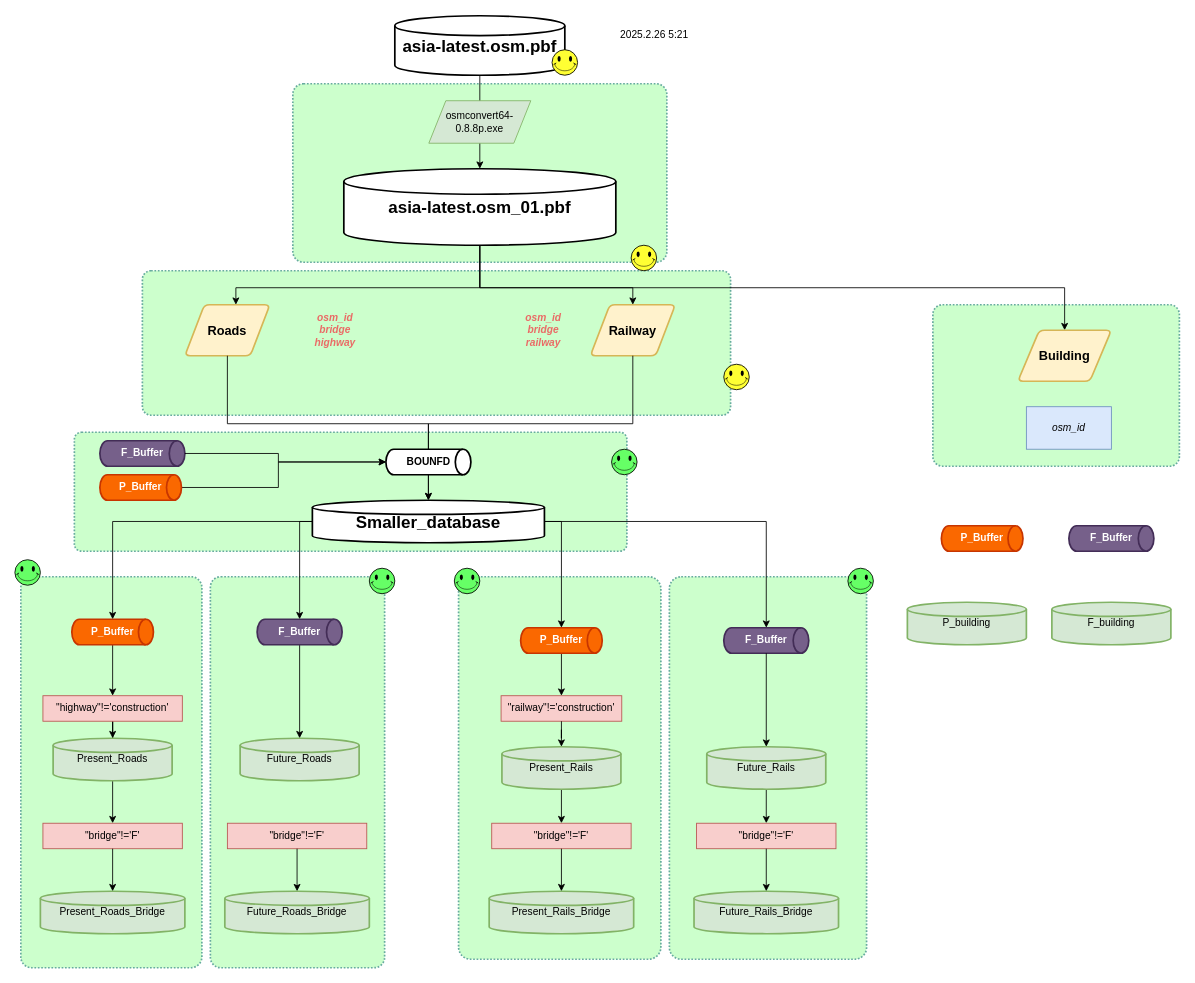
The draw.io diagram 道路铁路提取数据.drawio in OpenQGIS/Draw.io, before the edit. Source tidied: cells renumbered, new cells numbered last; positions are measured from the earlier drawing's top-left corner, leaving out a move shared by most shapes. Both pictures are drawn from the tidied source at 85%, with x=0, y=0 at pixel (14, 15).
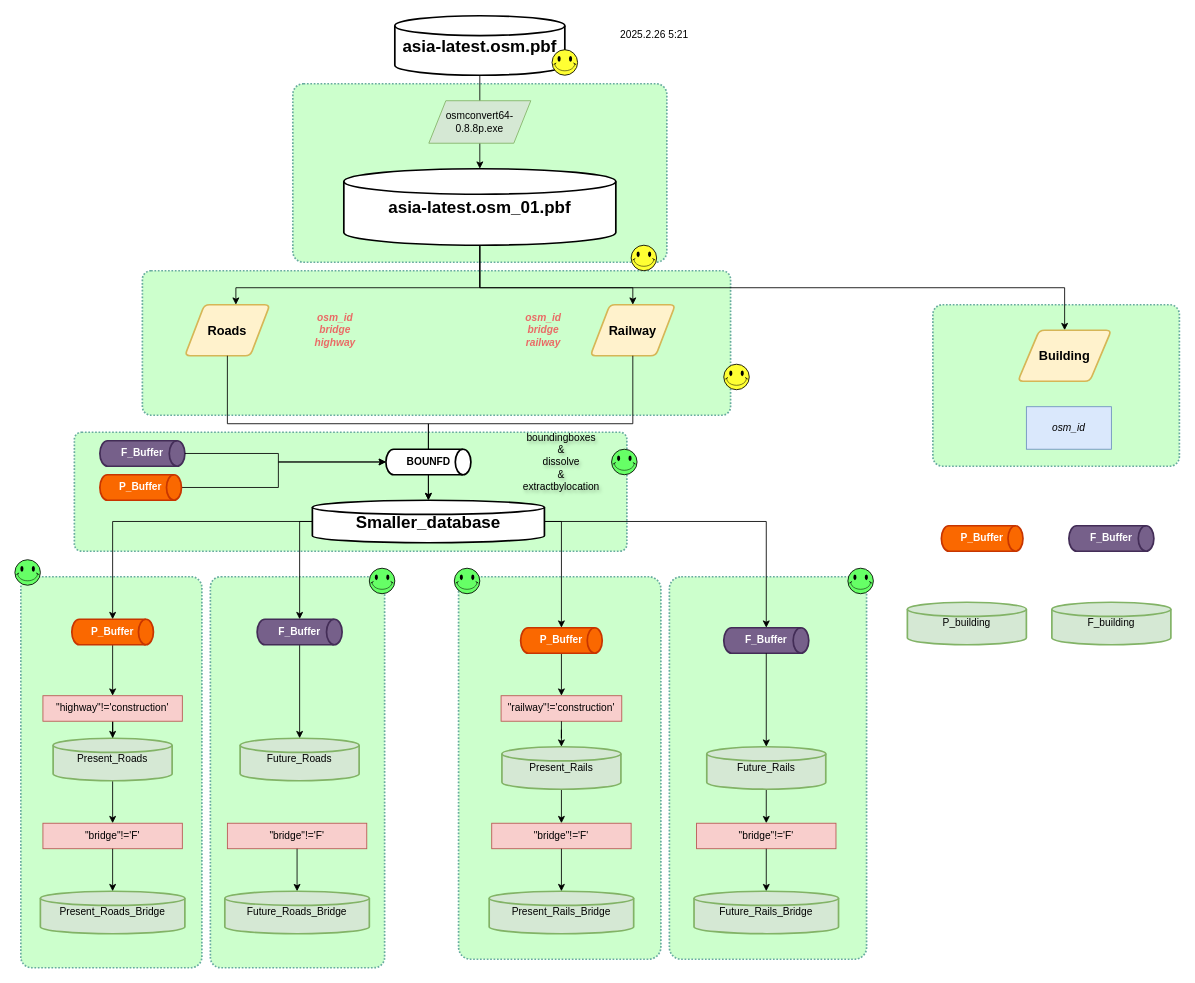
Above is the later version.

Commit message:
更新道路铁路提取数据.drawio

Diff of the diagram source:
```diff
@@
+    <mxCell id="79" value="boundingboxes&lt;div&gt;&amp;amp;&lt;/div&gt;&lt;div&gt;dissolve&lt;/div&gt;&lt;div&gt;&amp;amp;&lt;/div&gt;&lt;div&gt;extractbylocation&lt;/div&gt;" style="rounded=0;whiteSpace=wrap;html=1;fillColor=none;strokeColor=none;labelBackgroundColor=none;labelBorderColor=none;textShadow=1;" parent="1" vertex="1">
+      <mxGeometry x="583" y="485" width="120" height="80" as="geometry" />
+    </mxCell>
```
